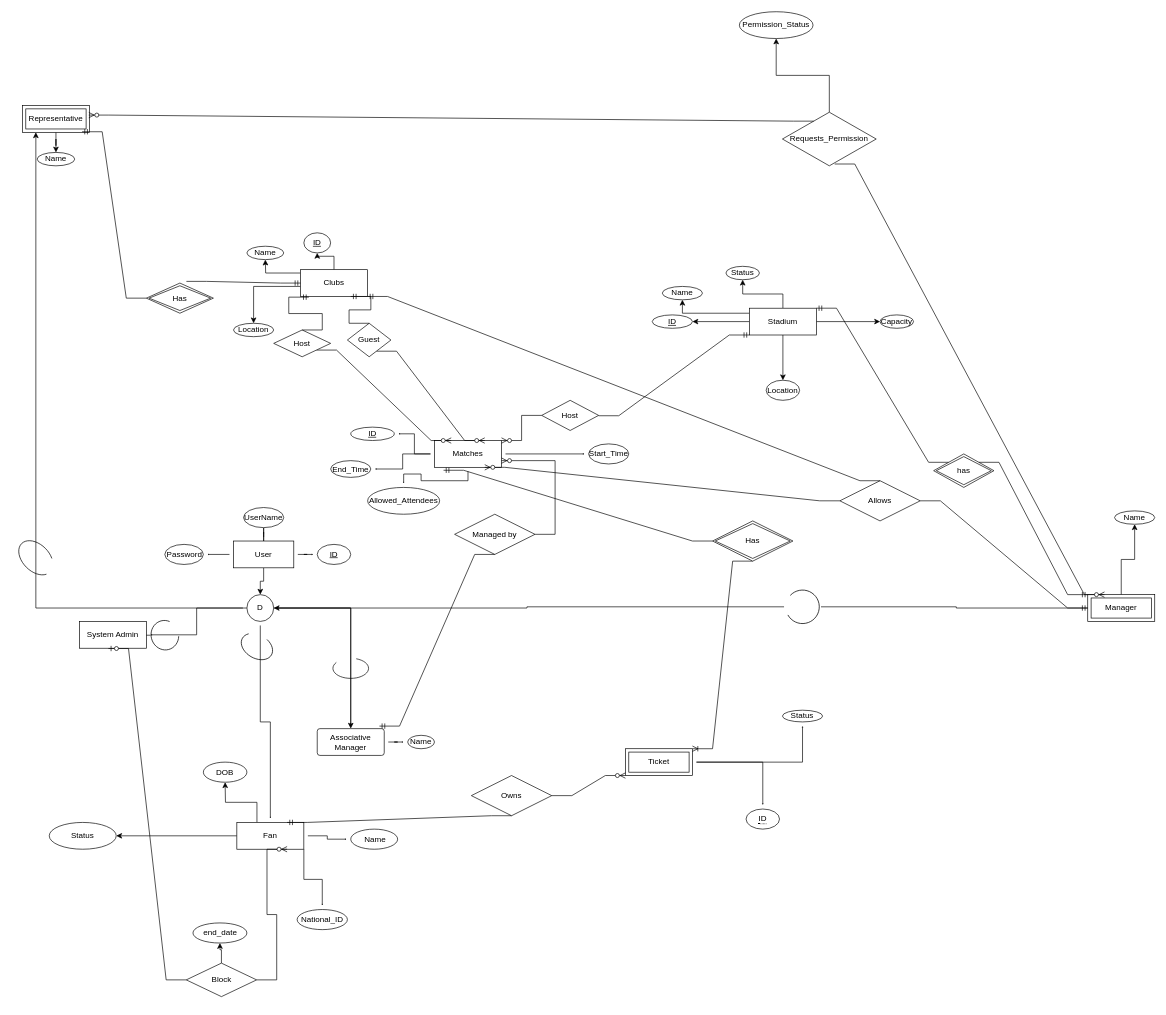
Before: MileStone(1).drawio in Aelmeky/Stadium_tickets_system, a draw.io diagram. Source tidied: cells renumbered, new cells numbered last; positions are measured from the earlier drawing's top-left corner, leaving out a move shared by most shapes. Both pictures are drawn from the tidied source at 67%, with x=0, y=0 at pixel (15, 11).
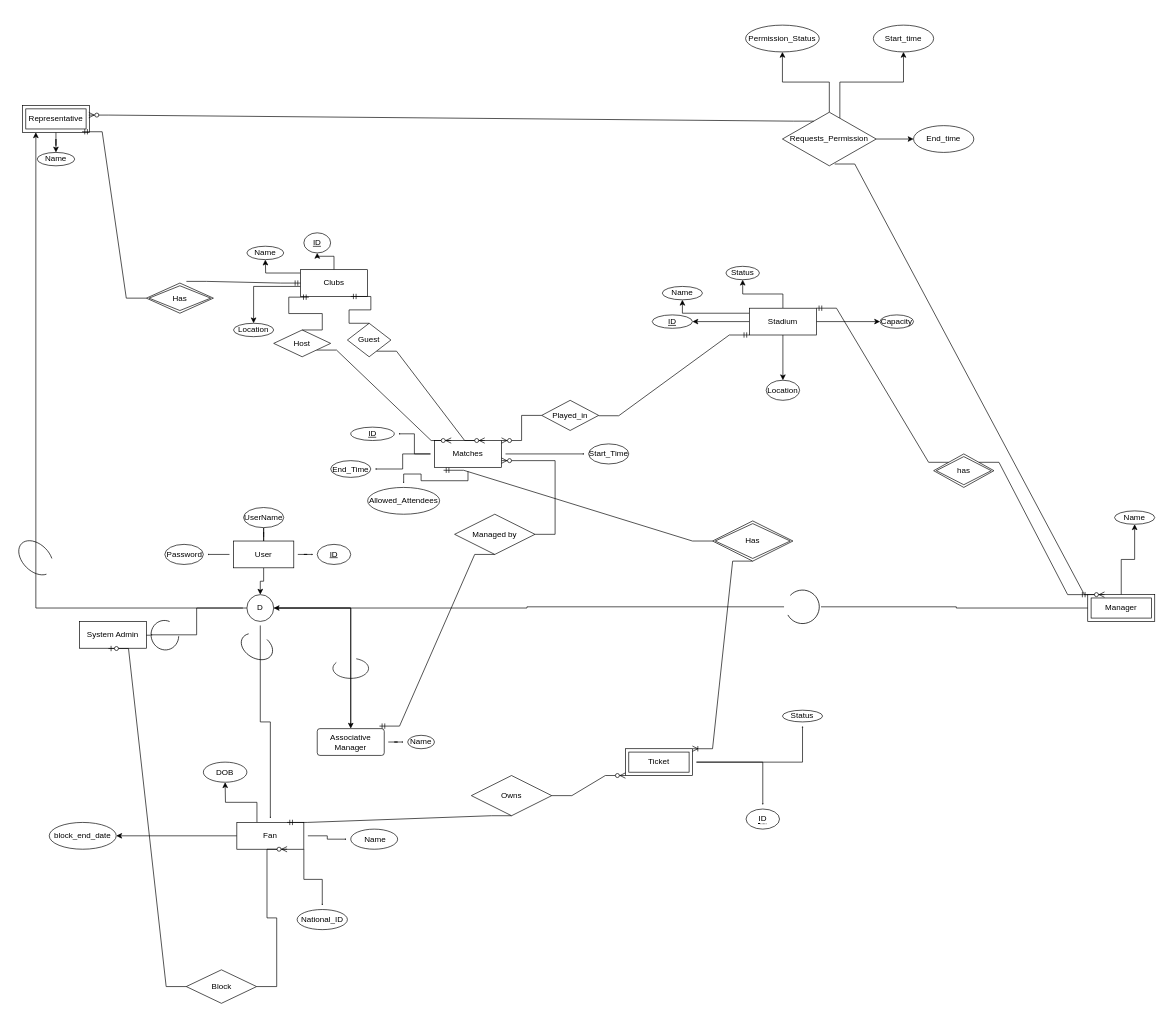
Above is the later version.

The change refers to these unchanged cells:
```xml
<mxCell id="16" value="Clubs" style="whiteSpace=wrap;html=1;align=center;" parent="1" vertex="1">
  <mxGeometry x="425" y="385" width="100" height="40" as="geometry" />
</mxCell>
<mxCell id="30" value="Manager" style="shape=ext;margin=3;double=1;whiteSpace=wrap;html=1;align=center;" parent="1" vertex="1">
  <mxGeometry x="1600" y="870" width="100" height="40" as="geometry" />
</mxCell>
<mxCell id="58" value="Matches" style="whiteSpace=wrap;html=1;align=center;" parent="1" vertex="1">
  <mxGeometry x="625" y="640" width="100" height="40" as="geometry" />
</mxCell>
<mxCell id="95" value="Requests_Permission" style="shape=rhombus;perimeter=rhombusPerimeter;whiteSpace=wrap;html=1;align=center;" parent="1" vertex="1">
  <mxGeometry x="1144.3" y="150" width="140" height="80" as="geometry" />
</mxCell>
```

What changed in the source:
```diff
@@
-    <mxCell id="71" value="Host" style="shape=rhombus;perimeter=rhombusPerimeter;whiteSpace=wrap;html=1;align=center;" parent="1" vertex="1">
+    <mxCell id="71" value="Played_in" style="shape=rhombus;perimeter=rhombusPerimeter;whiteSpace=wrap;html=1;align=center;" parent="1" vertex="1">
       <mxGeometry x="785" y="580" width="85" height="45" as="geometry" />
     </mxCell>
@@
-    <mxCell id="81" value="Allows" style="shape=rhombus;perimeter=rhombusPerimeter;whiteSpace=wrap;html=1;align=center;" parent="1" vertex="1">
-      <mxGeometry x="1230" y="700" width="120" height="60" as="geometry" />
-    </mxCell>
-    <mxCell id="82" style="edgeStyle=entityRelationEdgeStyle;fontSize=12;html=1;endArrow=ERmandOne;rounded=0;entryX=1;entryY=1;entryDx=0;entryDy=0;exitX=0.5;exitY=0;exitDx=0;exitDy=0;" parent="1" edge="1" source="81" target="16">
-      <mxGeometry relative="1" as="geometry" />
-    </mxCell>
@@
-    <mxCell id="84" style="edgeStyle=entityRelationEdgeStyle;fontSize=12;html=1;endArrow=ERzeroToMany;endFill=1;rounded=0;entryX=0.75;entryY=1;entryDx=0;entryDy=0;exitX=0;exitY=0.5;exitDx=0;exitDy=0;" parent="1" edge="1" source="81" target="58">
-      <mxGeometry relative="1" as="geometry" />
-    </mxCell>
-    <mxCell id="85" style="edgeStyle=entityRelationEdgeStyle;fontSize=12;html=1;endArrow=ERmandOne;rounded=0;entryX=0;entryY=0.5;entryDx=0;entryDy=0;" parent="1" edge="1" source="81" target="30">
-      <mxGeometry relative="1" as="geometry" />
-    </mxCell>
@@
     <mxCell id="92" value="Permission_Status" style="ellipse;whiteSpace=wrap;html=1;align=center;" parent="1" vertex="1">
-      <mxGeometry x="1080" width="110" height="40" as="geometry" />
+      <mxGeometry x="1089.3" y="20" width="110" height="40" as="geometry" />
     </mxCell>
@@
+    <mxCell id="115" style="edgeStyle=orthogonalEdgeStyle;rounded=0;jettySize=auto;html=1;" parent="1" edge="1" source="95" target="118">
+      <mxGeometry relative="1" as="geometry" />
+    </mxCell>
+    <mxCell id="116" style="edgeStyle=orthogonalEdgeStyle;rounded=0;jettySize=auto;html=1;" parent="1" edge="1" source="95" target="117">
+      <mxGeometry relative="1" as="geometry">
+        <Array as="points">
+          <mxPoint x="1230" y="105" />
+          <mxPoint x="1325" y="105" />
+        </Array>
+      </mxGeometry>
+    </mxCell>
@@
-    <mxCell id="98" style="edgeStyle=orthogonalEdgeStyle;rounded=0;jettySize=auto;html=1;" parent="1" edge="1" source="99" target="114">
-      <mxGeometry relative="1" as="geometry" />
-    </mxCell>
     <mxCell id="99" value="Block" style="shape=rhombus;perimeter=rhombusPerimeter;whiteSpace=wrap;html=1;align=center;" parent="1" vertex="1">
-      <mxGeometry x="254.5" y="1420" width="105" height="50" as="geometry" />
+      <mxGeometry x="254.5" y="1430" width="105" height="50" as="geometry" />
     </mxCell>
@@
-    <mxCell id="112" value="Status" style="ellipse;whiteSpace=wrap;html=1;align=center;" parent="1" vertex="1">
+    <mxCell id="112" value="block_end_date" style="ellipse;whiteSpace=wrap;html=1;align=center;" parent="1" vertex="1">
       <mxGeometry x="50" y="1210" width="100" height="40" as="geometry" />
     </mxCell>
@@
-    <mxCell id="114" value="end_date" style="ellipse;whiteSpace=wrap;html=1;align=center;" parent="1" vertex="1">
-      <mxGeometry x="264.5" y="1360" width="80.5" height="30" as="geometry" />
-    </mxCell>
+    <mxCell id="117" value="Start_time" style="ellipse;whiteSpace=wrap;html=1;align=center;" parent="1" vertex="1">
+      <mxGeometry x="1280" y="20" width="90" height="40" as="geometry" />
+    </mxCell>
+    <mxCell id="118" value="End_time" style="ellipse;whiteSpace=wrap;html=1;align=center;" parent="1" vertex="1">
+      <mxGeometry x="1340" y="170" width="90" height="40" as="geometry" />
+    </mxCell>
```
